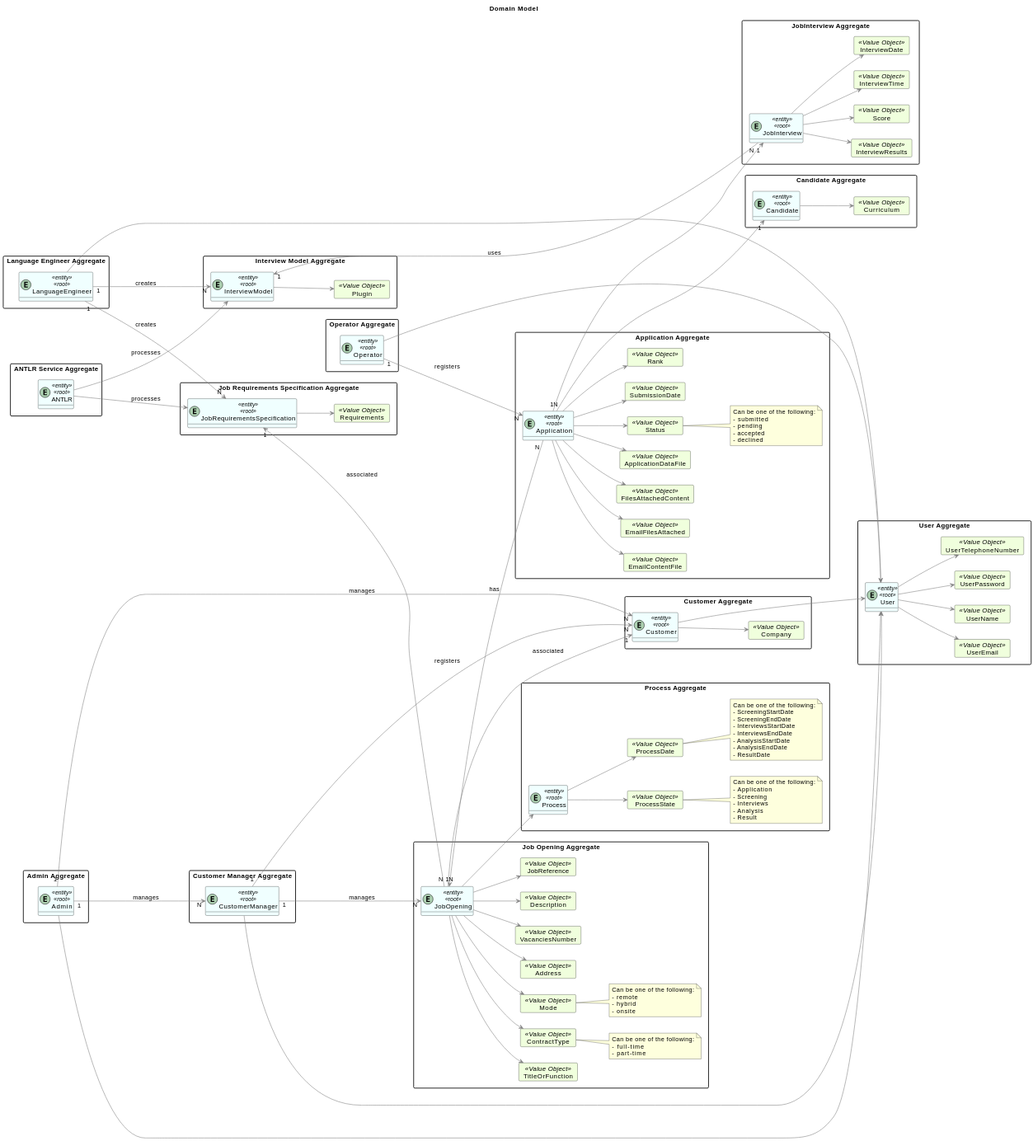
This is docs/SprintB/global-artifacts/domain-model.svg from MiguelCardoso77/LAPR4, a PlantUML export, as it was before one commit.
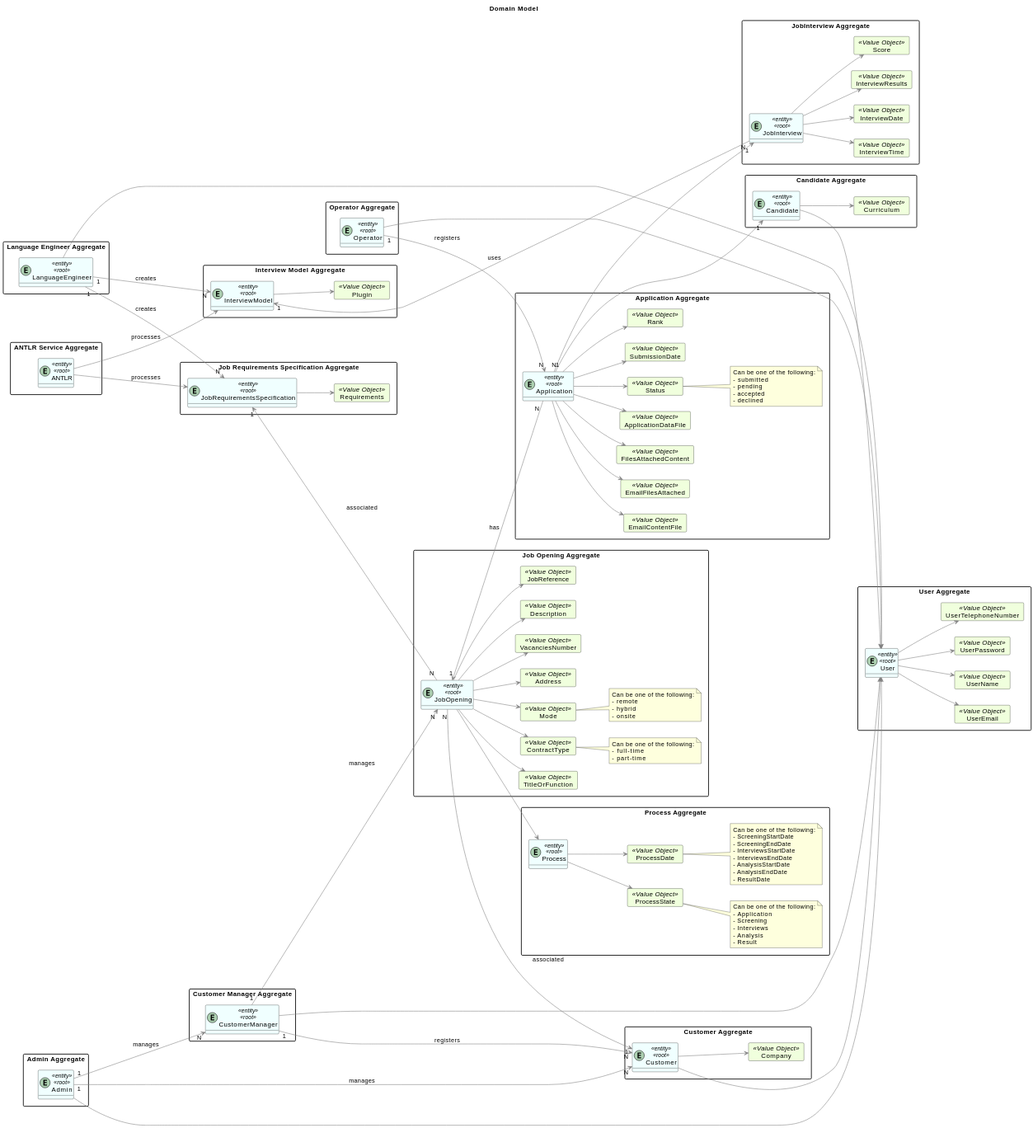
Above is the later version.

Commit message:
Global artifacts - candidate-user correction

The edit, as a diff of the source:
```diff
@@ -266,4 +266,5 @@
     Operator --> User
     LanguageEngineer ---> User
     Customer ---> User
+    Candidate --> User
 @enduml
```
